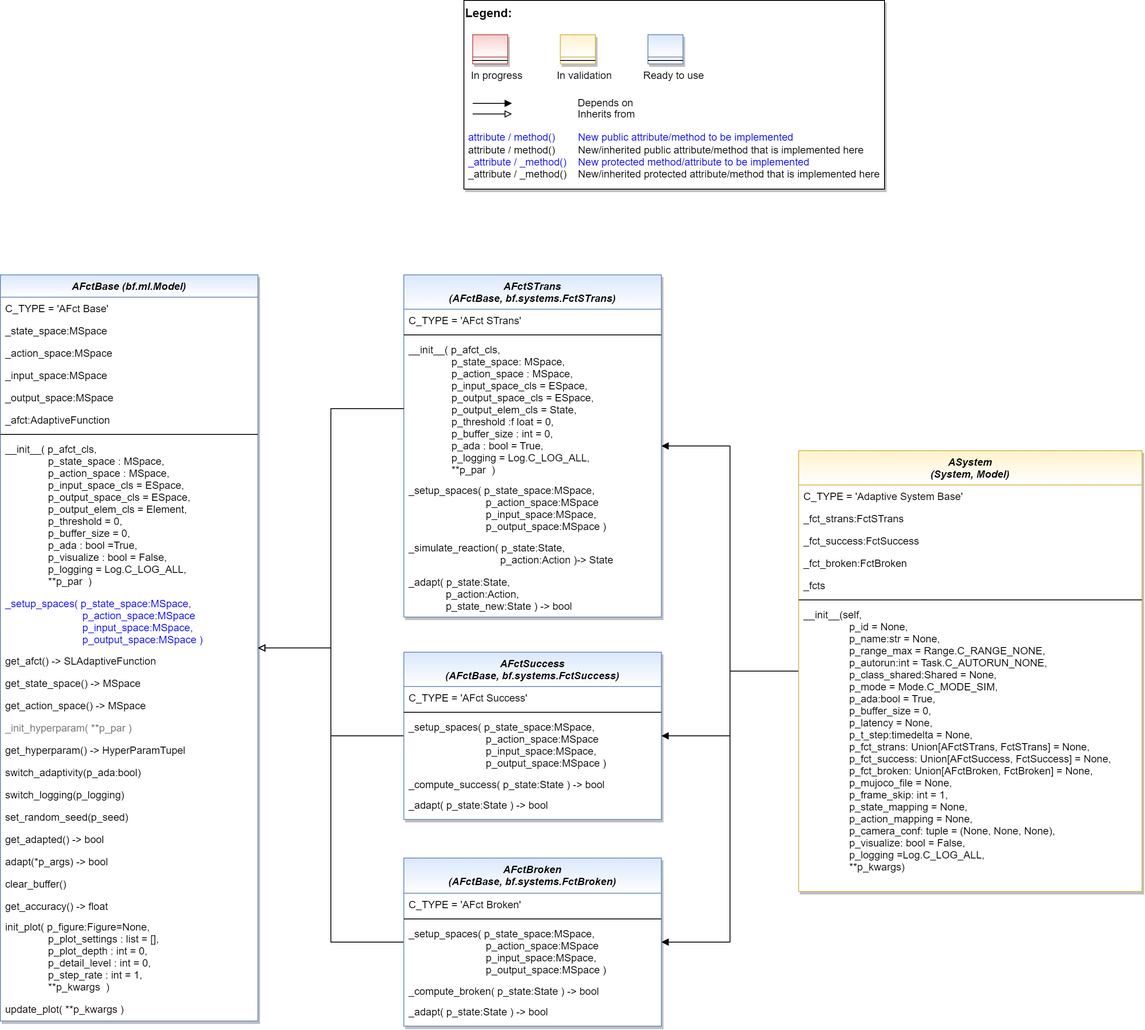
Above: doc/rtd/content/04_appendices/appendix2/sub/core/mlpro_bf/layer4_machine_learning/images/MLPro-BF-ML-Systems_class_diagram.drawio.png in fhswf/MLPro (draw.io), before the change. Source tidied: cells renumbered, new cells last; positions are measured from the earlier drawing's top-left corner, leaving out a move shared by most shapes.
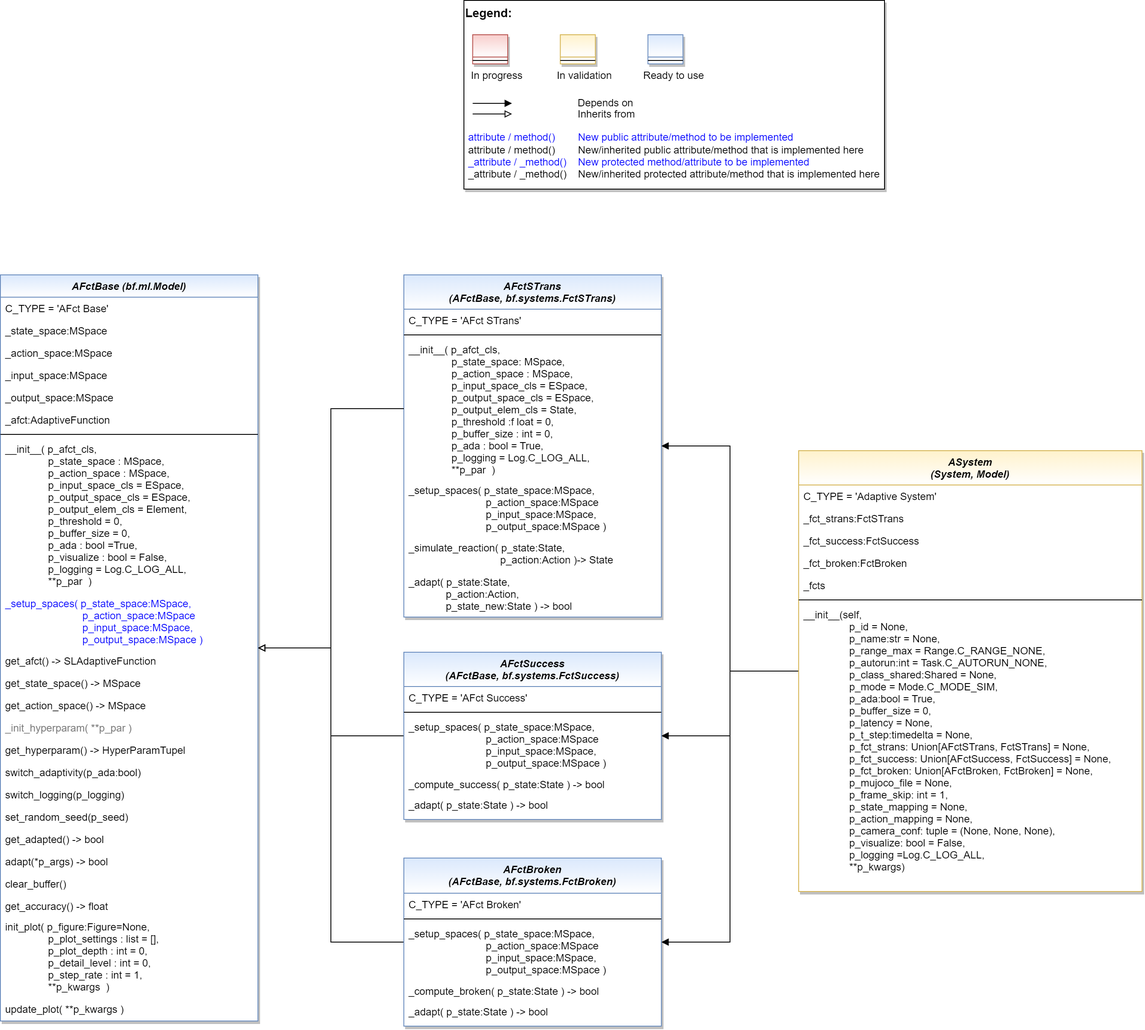
Later version of the same file.

Commit message:
class dia

What changed in the source:
```diff
@@ -14,7 +14,7 @@
     <mxCell id="5" value="ASystem&#10;(System, Model)" style="swimlane;fontStyle=3;align=center;verticalAlign=top;horizontal=1;startSize=40;rounded=0;shadow=1;strokeWidth=1;fillColor=#fff2cc;strokeColor=#d6b656;swimlaneFillColor=#ffffff;gradientColor=#FFFFFF;" parent="1" vertex="1">
       <mxGeometry x="930" y="525" width="400" height="514" as="geometry" />
     </mxCell>
-    <mxCell id="6" value="C_TYPE = 'Adaptive System Base'" style="text;align=left;verticalAlign=top;spacingLeft=4;spacingRight=4;overflow=hidden;fontColor=default;" parent="5" vertex="1">
+    <mxCell id="6" value="C_TYPE = 'Adaptive System'" style="text;align=left;verticalAlign=top;spacingLeft=4;spacingRight=4;overflow=hidden;fontColor=default;" parent="5" vertex="1">
       <mxGeometry y="40" width="400" height="26" as="geometry" />
     </mxCell>
     <mxCell id="7" value="_fct_strans:FctSTrans" style="text;align=left;verticalAlign=top;spacingLeft=4;spacingRight=4;overflow=hidden;fontColor=default;" parent="5" vertex="1">
```
